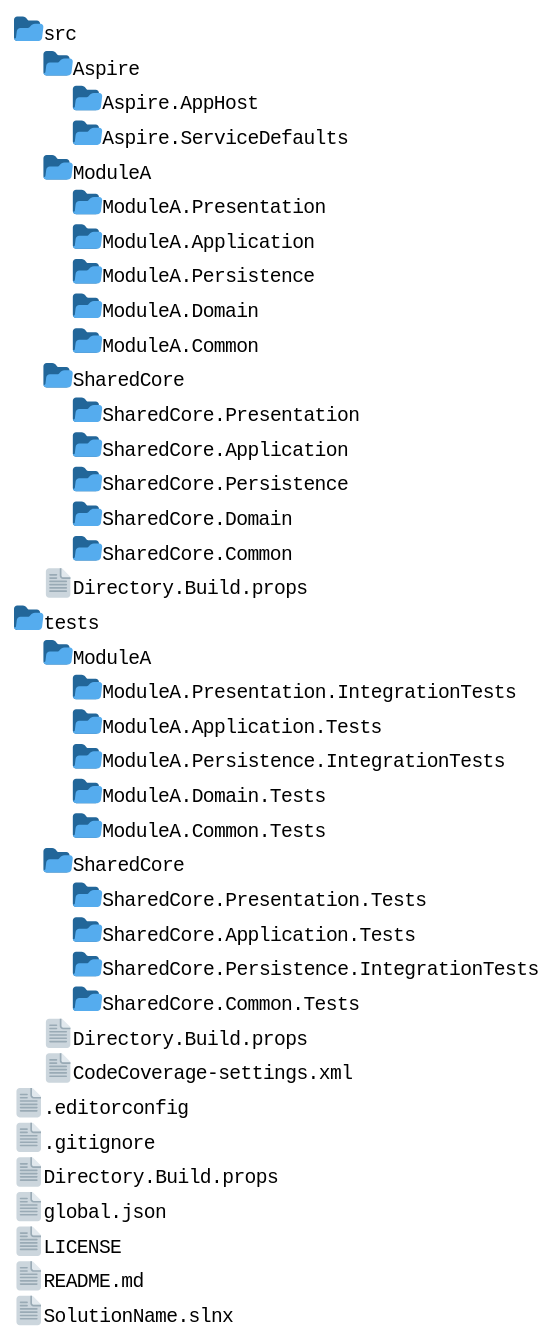
The PlantUML diagram docs/FoldersStructure.svg in p-martinho/Modular.Api.Template, before a commit.
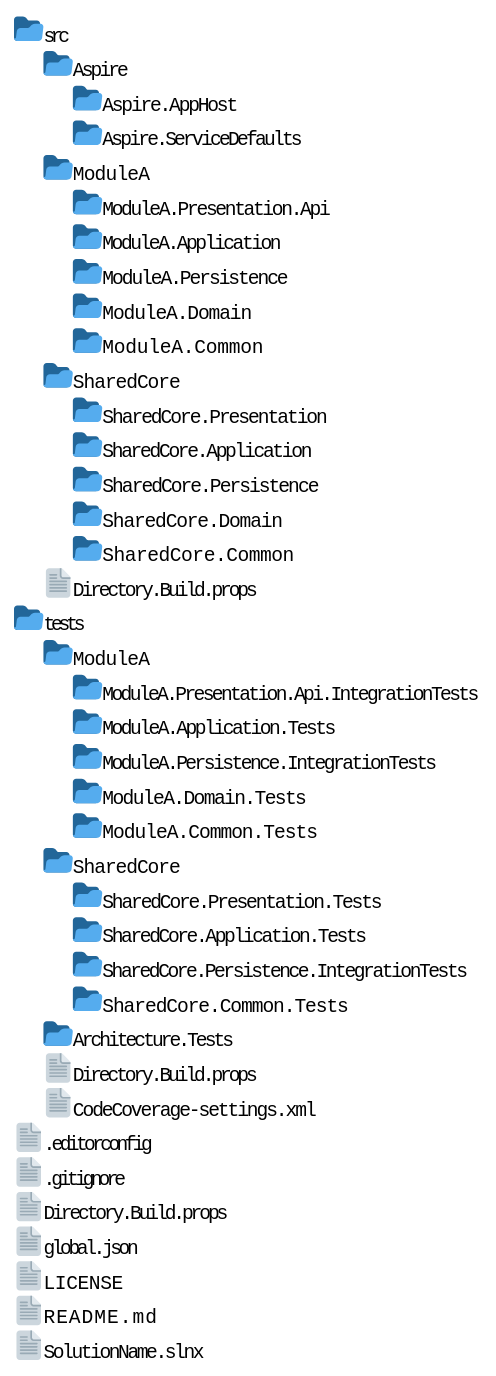
Above is the later version.

The edit, as a diff of the source:
```diff
@@ -2,7 +2,7 @@
 
 /src/Aspire/Aspire.AppHost/
 /src/Aspire/Aspire.ServiceDefaults/
-/src/ModuleA/ModuleA.Presentation/
+/src/ModuleA/ModuleA.Presentation.Api/
 /src/ModuleA/ModuleA.Application/
 /src/ModuleA/ModuleA.Persistence/
 /src/ModuleA/ModuleA.Domain/
@@ -13,7 +13,7 @@
 /src/SharedCore/SharedCore.Domain/
 /src/SharedCore/SharedCore.Common/
 /src/Directory.Build.props
-/tests/ModuleA/ModuleA.Presentation.IntegrationTests/
+/tests/ModuleA/ModuleA.Presentation.Api.IntegrationTests/
 /tests/ModuleA/ModuleA.Application.Tests/
 /tests/ModuleA/ModuleA.Persistence.IntegrationTests/
 /tests/ModuleA/ModuleA.Domain.Tests/
@@ -22,6 +22,7 @@
 /tests/SharedCore/SharedCore.Application.Tests/
 /tests/SharedCore/SharedCore.Persistence.IntegrationTests/
 /tests/SharedCore/SharedCore.Common.Tests/
+/tests/Architecture.Tests/
 /tests/Directory.Build.props
 /tests/CodeCoverage-settings.xml
 /.editorconfig
```
